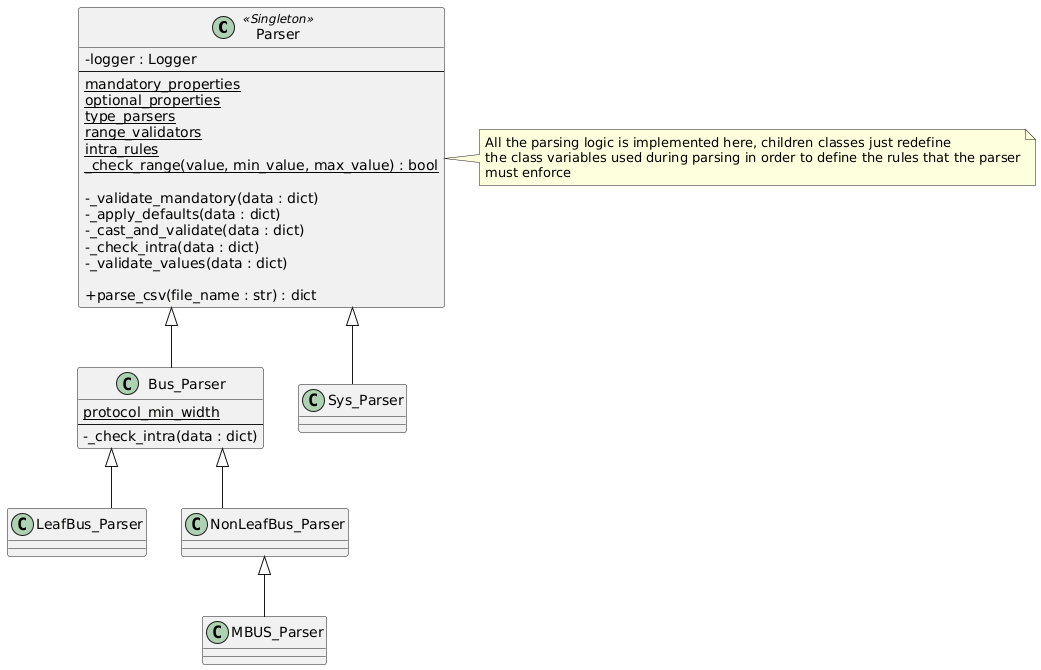
The PlantUML diagram config/doc/uml/parser.png in HiSA-Team/Simply-V, before a commit.
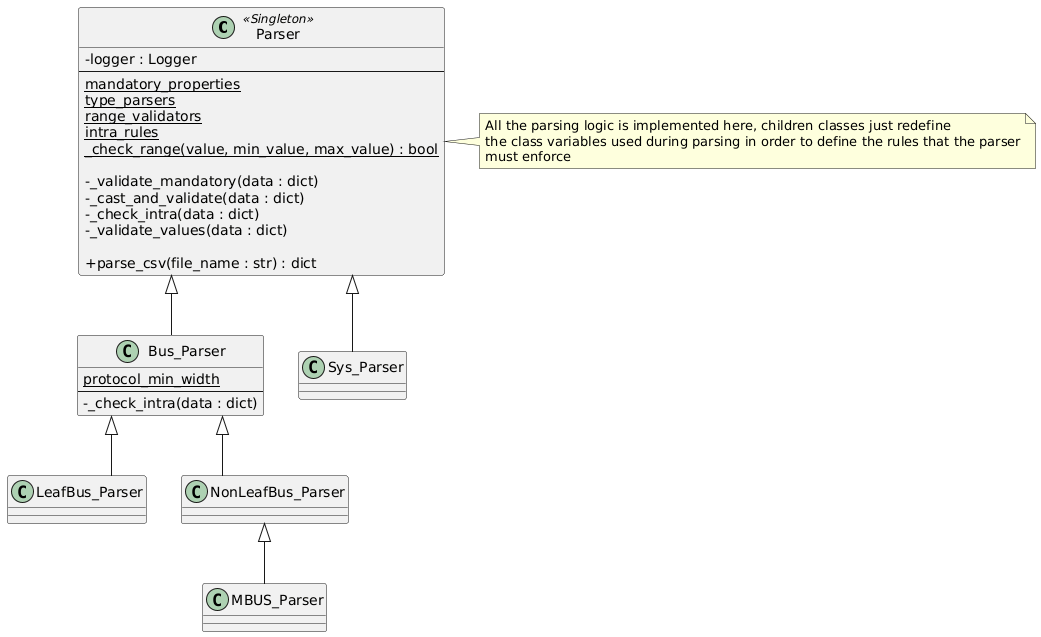
After the commit.

The edit, as a diff of the source:
```diff
@@ -6,14 +6,12 @@
   - logger : Logger
   --
   {static} mandatory_properties
-  {static} optional_properties
   {static} type_parsers
   {static} range_validators
   {static} intra_rules
   {static} _check_range(value, min_value, max_value) : bool
 
   - _validate_mandatory(data : dict)
-  - _apply_defaults(data : dict)
   - _cast_and_validate(data : dict)
   - _check_intra(data : dict)
   - _validate_values(data : dict)
```
